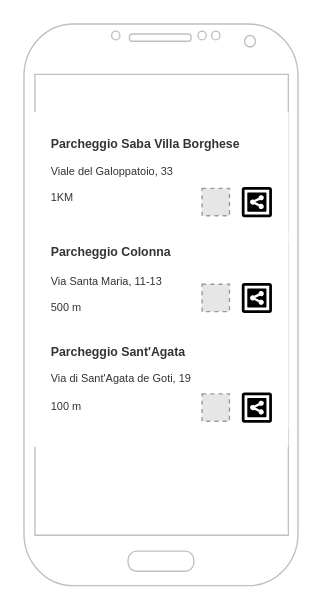
Above: wireframe.drawio in robertamora/2020-21-webdesign-verifica (draw.io), before the change. Source tidied: cells renumbered, new cells numbered last; positions are measured from the earlier drawing's top-left corner, leaving out a move shared by most shapes. Both pictures are drawn from the tidied source at 137%, with x=0, y=0 at pixel (23, 23). Pictures stored in the file or linked from it are replaced by grey dashed boxes.
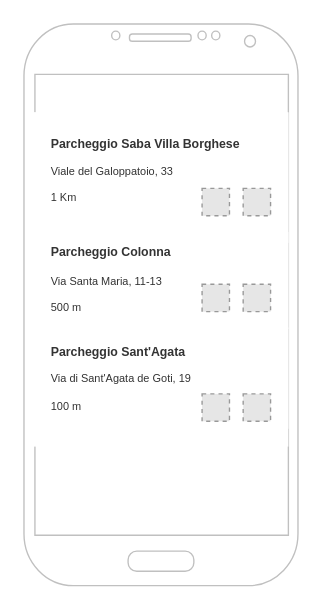
The same page after the edit.

What changed in the source:
```diff
@@
 <mxGraphModel>
   <root>
     <mxCell id="0" />
     <mxCell id="1" parent="0" />
     <mxCell id="2" style="verticalLabelPosition=bottom;verticalAlign=top;html=1;shadow=0;dashed=0;strokeWidth=1;shape=mxgraph.android.phone2;strokeColor=#c0c0c0;" parent="1" vertex="1">
       <mxGeometry width="200" height="410" as="geometry" />
     </mxCell>
     <mxCell id="3" style="strokeWidth=1;html=1;shadow=0;dashed=0;shape=mxgraph.android.rrect;rSize=0;strokeColor=#FFFFFF;" parent="1" vertex="1">
       <mxGeometry x="7.5" y="65" width="185" height="243" as="geometry" />
     </mxCell>
-    <mxCell id="4" value="&lt;b&gt;&lt;font style=&quot;font-size: 9px&quot;&gt;Parcheggio Saba Villa Borghese&lt;br&gt;&lt;/font&gt;&lt;/b&gt;&lt;br&gt;Viale del Galoppatoio, 33&amp;nbsp;&lt;br&gt;&lt;br&gt;1KM&lt;br&gt;&lt;div style=&quot;text-align: center&quot;&gt;&lt;br&gt;&lt;/div&gt;" style="strokeColor=inherit;fillColor=inherit;gradientColor=inherit;strokeWidth=1;html=1;shadow=0;dashed=0;shape=mxgraph.android.rrect;rSize=0;align=left;spacingLeft=10;fontSize=8;fontColor=#333333;" parent="3" vertex="1">
+    <mxCell id="4" value="&lt;b&gt;&lt;font style=&quot;font-size: 9px&quot;&gt;Parcheggio Saba Villa Borghese&lt;br&gt;&lt;/font&gt;&lt;/b&gt;&lt;br&gt;Viale del Galoppatoio, 33&amp;nbsp;&lt;br&gt;&lt;br&gt;1 Km&lt;br&gt;&lt;div style=&quot;text-align: center&quot;&gt;&lt;br&gt;&lt;/div&gt;" style="strokeColor=inherit;fillColor=inherit;gradientColor=inherit;strokeWidth=1;html=1;shadow=0;dashed=0;shape=mxgraph.android.rrect;rSize=0;align=left;spacingLeft=10;fontSize=8;fontColor=#333333;" parent="3" vertex="1">
       <mxGeometry width="185" height="94.3" as="geometry" />
     </mxCell>
     <mxCell id="5" value="&lt;b style=&quot;font-size: 9px&quot;&gt;Parcheggio Colonna&lt;br&gt;&lt;br&gt;&lt;/b&gt;Via Santa Maria, 11-13&lt;br&gt;&lt;br&gt;500 m" style="strokeColor=inherit;fillColor=inherit;gradientColor=inherit;strokeWidth=1;html=1;shadow=0;dashed=0;shape=mxgraph.android.rrect;rSize=0;align=left;spacingLeft=10;fontSize=8;fontColor=#333333;" parent="3" vertex="1">
       <mxGeometry y="87.3" width="185" height="69.8" as="geometry" />
     </mxCell>
     <mxCell id="6" value="&lt;b&gt;&lt;font style=&quot;font-size: 9px&quot;&gt;Parcheggio Sant'Agata&lt;br&gt;&lt;/font&gt;&lt;/b&gt;&lt;br&gt;Via di Sant'Agata de Goti, 19&amp;nbsp;&lt;br&gt;&lt;br&gt;100 m" style="strokeColor=inherit;fillColor=inherit;gradientColor=inherit;strokeWidth=1;html=1;shadow=0;dashed=0;shape=mxgraph.android.rrect;rSize=0;align=left;spacingLeft=10;fontSize=8;fontColor=#333333;" parent="3" vertex="1">
       <mxGeometry y="157.1" width="185" height="72.9" as="geometry" />
     </mxCell>
-    <mxCell id="7" style="verticalLabelPosition=bottom;shadow=0;dashed=0;verticalAlign=top;strokeWidth=2;html=1;shape=mxgraph.mockup.misc.shareIcon;" parent="3" vertex="1">
-      <mxGeometry x="152.5" y="55" width="20" height="20" as="geometry" />
-    </mxCell>
-    <mxCell id="8" style="verticalLabelPosition=bottom;shadow=0;dashed=0;verticalAlign=top;strokeWidth=2;html=1;shape=mxgraph.mockup.misc.shareIcon;" parent="3" vertex="1">
-      <mxGeometry x="152.5" y="125" width="20" height="20" as="geometry" />
-    </mxCell>
-    <mxCell id="9" style="verticalLabelPosition=bottom;shadow=0;dashed=0;verticalAlign=top;strokeWidth=2;html=1;shape=mxgraph.mockup.misc.shareIcon;" parent="3" vertex="1">
-      <mxGeometry x="152.5" y="205" width="20" height="20" as="geometry" />
-    </mxCell>
     <mxCell id="10" style="fillColor=#E6E6E6;strokeColor=#999999;dashed=1;html=1;verticalAlign=top;verticalLabelPosition=bottom;labelBackgroundColor=#ffffff;" parent="3" vertex="1">
       <mxGeometry x="122.5" y="205" width="20" height="20" as="geometry" />
     </mxCell>
     <mxCell id="11" style="fillColor=#E6E6E6;strokeColor=#999999;dashed=1;html=1;verticalAlign=top;verticalLabelPosition=bottom;labelBackgroundColor=#ffffff;" parent="3" vertex="1">
       <mxGeometry x="122.5" y="125" width="20" height="20" as="geometry" />
     </mxCell>
     <mxCell id="12" style="fillColor=#E6E6E6;strokeColor=#999999;dashed=1;html=1;verticalAlign=top;verticalLabelPosition=bottom;labelBackgroundColor=#ffffff;" parent="3" vertex="1">
       <mxGeometry x="122.5" y="55" width="20" height="20" as="geometry" />
     </mxCell>
+    <mxCell id="13" style="fillColor=#E6E6E6;strokeColor=#999999;dashed=1;html=1;verticalAlign=top;verticalLabelPosition=bottom;labelBackgroundColor=#ffffff;" parent="3" vertex="1">
+      <mxGeometry x="152.5" y="55" width="20" height="20" as="geometry" />
+    </mxCell>
+    <mxCell id="14" style="fillColor=#E6E6E6;strokeColor=#999999;dashed=1;html=1;verticalAlign=top;verticalLabelPosition=bottom;labelBackgroundColor=#ffffff;" parent="3" vertex="1">
+      <mxGeometry x="152.5" y="125" width="20" height="20" as="geometry" />
+    </mxCell>
+    <mxCell id="15" style="fillColor=#E6E6E6;strokeColor=#999999;dashed=1;html=1;verticalAlign=top;verticalLabelPosition=bottom;labelBackgroundColor=#ffffff;" parent="3" vertex="1">
+      <mxGeometry x="152.5" y="205" width="20" height="20" as="geometry" />
+    </mxCell>
   </root>
 </mxGraphModel>
```
